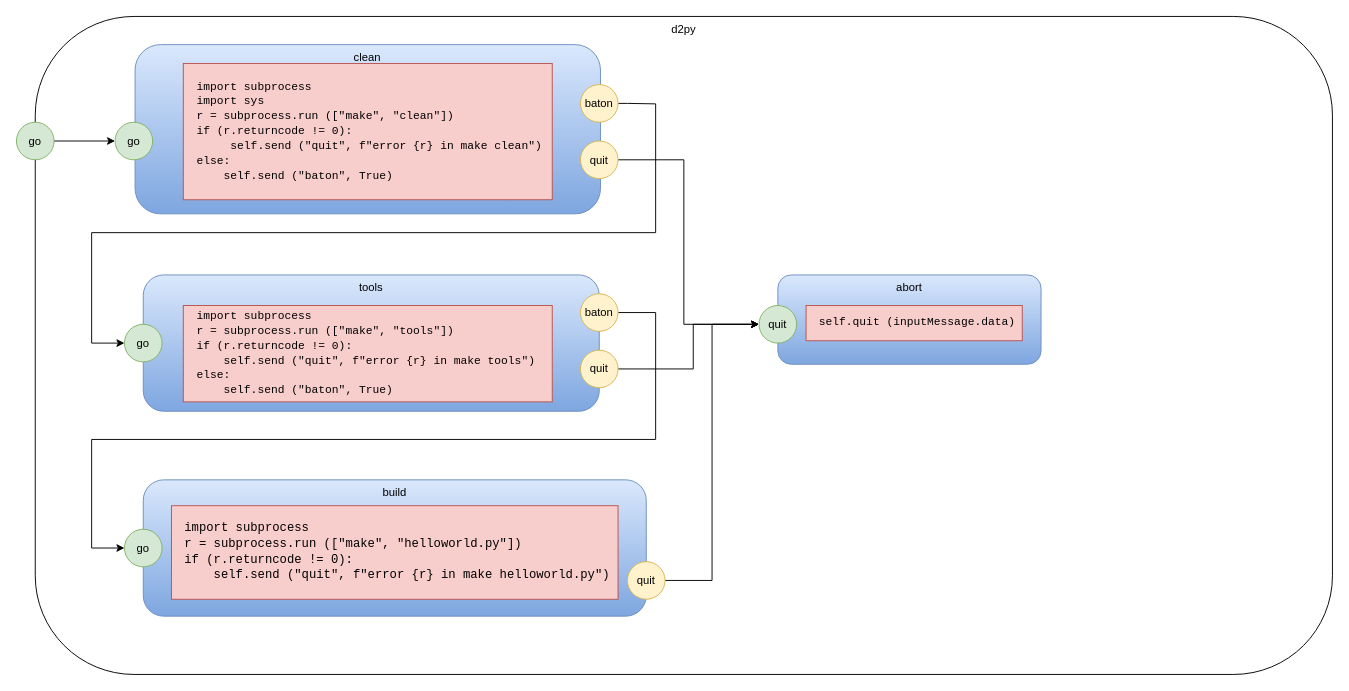
Before: d2py.drawio in guitarvydas/das, a draw.io diagram. Source tidied: cells renumbered, new cells numbered last; positions are measured from the earlier drawing's top-left corner, leaving out a move shared by most shapes. Both pictures are drawn from the tidied source at 94%, with x=0, y=0 at pixel (16, 16).
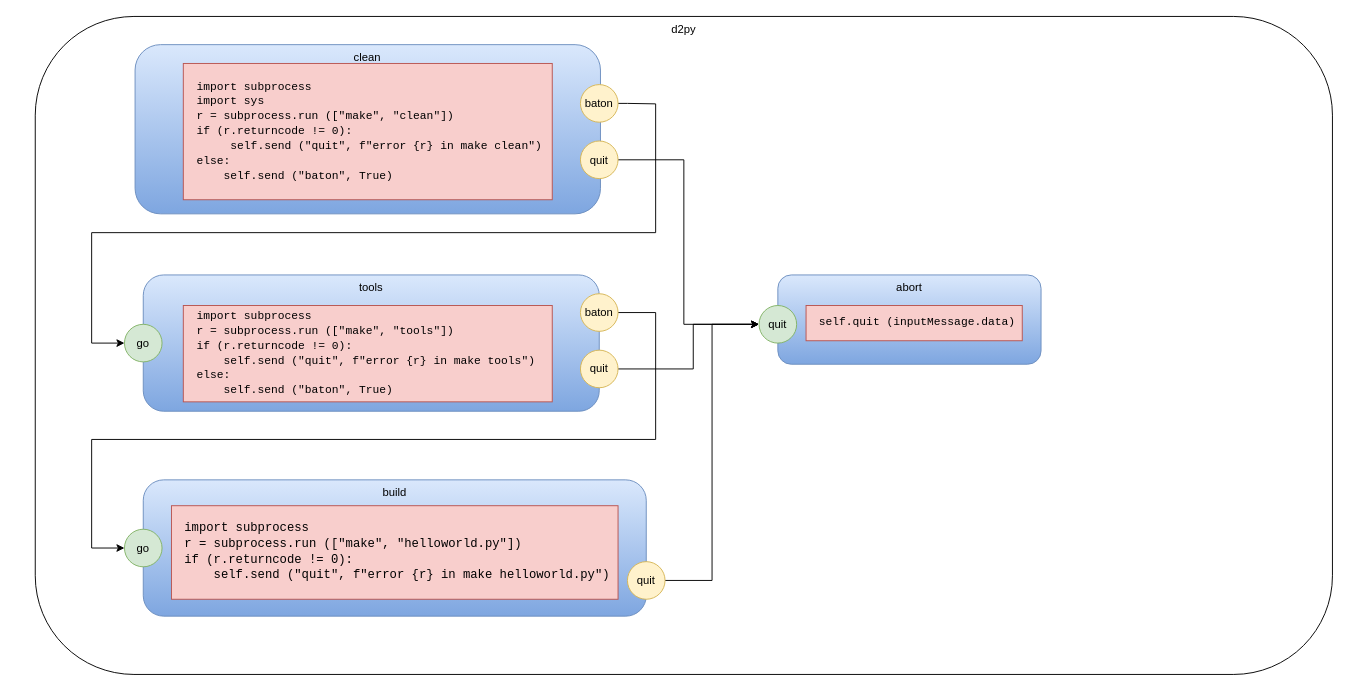
The same page after the edit.

Commit message (it also covers changes not shown here):
remove "go" pin from top level (kickstart is enough)

Diff of the diagram source:
```diff
@@
-    <mxCell id="9" value="go" style="ellipse;whiteSpace=wrap;html=1;fillColor=#d5e8d4;strokeColor=#82b366;" parent="1" vertex="1">
-      <mxGeometry x="104.9" y="112.5" width="40" height="40" as="geometry" />
-    </mxCell>
@@
-    <mxCell id="22" style="edgeStyle=orthogonalEdgeStyle;rounded=0;jettySize=auto;html=1;exitX=1;exitY=0.5;exitDx=0;exitDy=0;entryX=0;entryY=0.5;entryDx=0;entryDy=0;" parent="1" edge="1" source="23" target="9">
-      <mxGeometry relative="1" as="geometry" />
-    </mxCell>
-    <mxCell id="23" value="go" style="ellipse;whiteSpace=wrap;html=1;fillColor=#d5e8d4;strokeColor=#82b366;" parent="1" vertex="1">
-      <mxGeometry y="112.5" width="40" height="40" as="geometry" />
-    </mxCell>
```
